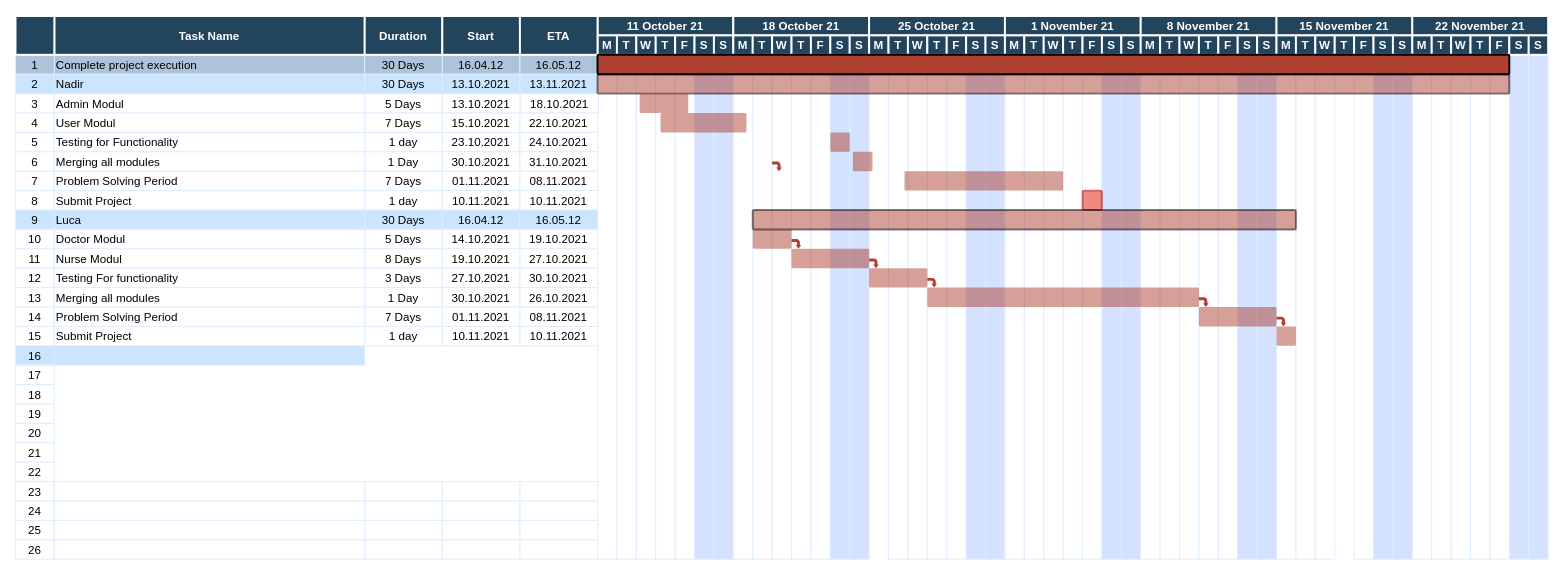
The draw.io diagram Untitled Diagram.drawio in Kuriboss/Contrat-Achat, before the edit. Source tidied: cells renumbered, new cells numbered last; positions are measured from the earlier drawing's top-left corner, leaving out a move shared by most shapes. Both pictures are drawn from the tidied source at 97%, with x=0, y=0 at pixel (15, 16).
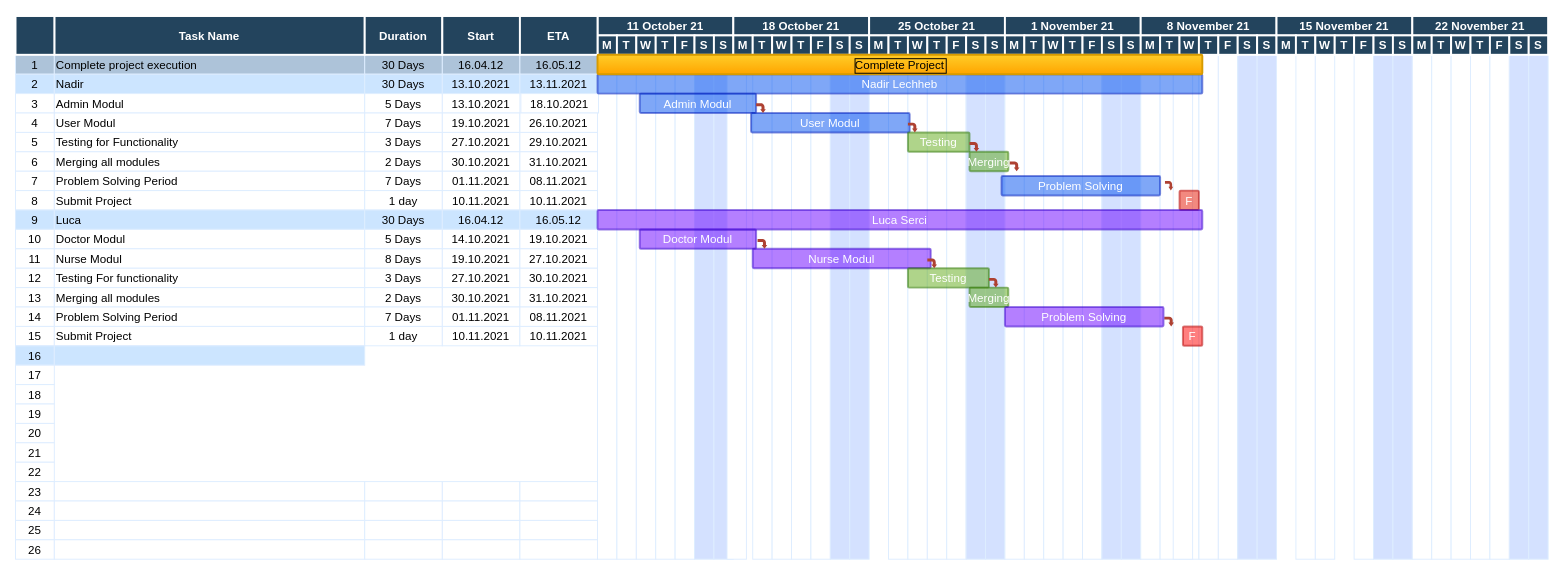
Above is the later version.

Commit message:
Project Contrat Achat

The edit, as a diff of the source:
```diff
@@
-    <mxCell id="21" value="15.10.2021" style="strokeColor=#DEEDFF;" parent="1" vertex="1">
+    <mxCell id="21" value="19.10.2021" style="strokeColor=#DEEDFF;" parent="1" vertex="1">
       <mxGeometry x="440.5" y="100" width="80" height="20" as="geometry" />
     </mxCell>
-    <mxCell id="22" value="22.10.2021" style="strokeColor=#DEEDFF;" parent="1" vertex="1">
+    <mxCell id="22" value="26.10.2021" style="strokeColor=#DEEDFF;" parent="1" vertex="1">
       <mxGeometry x="520.5" y="100" width="80" height="20" as="geometry" />
     </mxCell>
@@
-    <mxCell id="25" value="1 day" style="strokeColor=#DEEDFF;" parent="1" vertex="1">
+    <mxCell id="25" value="3 Days" style="strokeColor=#DEEDFF;" parent="1" vertex="1">
       <mxGeometry x="360.5" y="120" width="80" height="20" as="geometry" />
     </mxCell>
-    <mxCell id="26" value="23.10.2021" style="strokeColor=#DEEDFF;" parent="1" vertex="1">
+    <mxCell id="26" value="27.10.2021" style="strokeColor=#DEEDFF;" parent="1" vertex="1">
       <mxGeometry x="440.5" y="120" width="80" height="20" as="geometry" />
     </mxCell>
-    <mxCell id="27" value="24.10.2021" style="strokeColor=#DEEDFF;" parent="1" vertex="1">
+    <mxCell id="27" value="29.10.2021" style="strokeColor=#DEEDFF;" parent="1" vertex="1">
       <mxGeometry x="520.5" y="120" width="80" height="20" as="geometry" />
     </mxCell>
@@
-    <mxCell id="30" value="1 Day" style="strokeColor=#DEEDFF;" parent="1" vertex="1">
+    <mxCell id="30" value="2 Days" style="strokeColor=#DEEDFF;" parent="1" vertex="1">
       <mxGeometry x="360.5" y="140" width="80" height="20" as="geometry" />
     </mxCell>
@@
-    <mxCell id="65" value="1 Day" style="strokeColor=#DEEDFF;" parent="1" vertex="1">
+    <mxCell id="65" value="2 Days" style="strokeColor=#DEEDFF;" parent="1" vertex="1">
       <mxGeometry x="360.5" y="280" width="80" height="20" as="geometry" />
     </mxCell>
@@
-    <mxCell id="67" value="26.10.2021" style="strokeColor=#DEEDFF;" parent="1" vertex="1">
+    <mxCell id="67" value="31.10.2021" style="strokeColor=#DEEDFF;" parent="1" vertex="1">
       <mxGeometry x="520.5" y="280" width="80" height="20" as="geometry" />
     </mxCell>
@@
     <mxCell id="112" style="strokeColor=#DEEDFF;" parent="1" vertex="1">
-      <mxGeometry x="740.5" y="40" width="20" height="520" as="geometry" />
+      <mxGeometry x="734" y="40" width="20" height="520" as="geometry" />
     </mxCell>
@@
     <mxCell id="139" style="strokeColor=#DEEDFF;" parent="1" vertex="1">
-      <mxGeometry x="1300.5" y="40" width="20" height="520" as="geometry" />
+      <mxGeometry x="1194" y="40" width="20" height="520" as="geometry" />
     </mxCell>
@@
-    <mxCell id="213" style="shape=mxgraph.flowchart.process;fillColor=#AE4132;strokeColor=#000000;strokeWidth=2;opacity=50;" parent="1" vertex="1">
-      <mxGeometry x="600.5" y="60" width="940" height="20" as="geometry" />
+    <mxCell id="213" value="Nadir Lechheb" style="shape=mxgraph.flowchart.process;fillColor=#0050ef;strokeColor=#001DBC;strokeWidth=2;opacity=50;fontColor=#ffffff;" parent="1" vertex="1">
+      <mxGeometry x="600.5" y="60" width="623.5" height="20" as="geometry" />
     </mxCell>
-    <mxCell id="214" style="shape=mxgraph.flowchart.process;fillColor=#AE4132;strokeColor=none;strokeWidth=2;opacity=50;" parent="1" vertex="1">
-      <mxGeometry x="644" y="80" width="50" height="20" as="geometry" />
+    <mxCell id="214" value="Admin Modul" style="shape=mxgraph.flowchart.process;fillColor=#0050ef;strokeColor=#001DBC;strokeWidth=2;opacity=50;fontColor=#ffffff;" parent="1" vertex="1">
+      <mxGeometry x="644" y="80" width="120" height="20" as="geometry" />
     </mxCell>
-    <mxCell id="215" style="shape=mxgraph.flowchart.process;fillColor=#AE4132;strokeColor=none;strokeWidth=2;opacity=50;" parent="1" vertex="1">
-      <mxGeometry x="665.5" y="100" width="88.5" height="20" as="geometry" />
+    <mxCell id="215" value="User Modul" style="shape=mxgraph.flowchart.process;fillColor=#0050ef;strokeColor=#001DBC;strokeWidth=2;opacity=50;fontColor=#ffffff;" parent="1" vertex="1">
+      <mxGeometry x="758.8" y="100" width="163.5" height="20" as="geometry" />
     </mxCell>
-    <mxCell id="216" style="shape=mxgraph.flowchart.process;fillColor=#AE4132;strokeColor=none;strokeWidth=2;opacity=50;" parent="1" vertex="1">
-      <mxGeometry x="840.5" y="120" width="20" height="20" as="geometry" />
+    <mxCell id="216" value="Testing" style="shape=mxgraph.flowchart.process;fillColor=#60a917;strokeColor=#2D7600;strokeWidth=2;opacity=50;fontColor=#ffffff;" parent="1" vertex="1">
+      <mxGeometry x="920.5" y="120" width="63.5" height="20" as="geometry" />
     </mxCell>
-    <mxCell id="217" style="shape=mxgraph.flowchart.process;fillColor=#AE4132;strokeColor=none;strokeWidth=2;opacity=50;" parent="1" vertex="1">
-      <mxGeometry x="917" y="160" width="163.5" height="20" as="geometry" />
+    <mxCell id="217" value="Problem Solving" style="shape=mxgraph.flowchart.process;fillColor=#0050ef;strokeColor=#001DBC;strokeWidth=2;opacity=50;fontColor=#ffffff;" parent="1" vertex="1">
+      <mxGeometry x="1017" y="165" width="163.5" height="20" as="geometry" />
     </mxCell>
-    <mxCell id="218" style="shape=mxgraph.flowchart.process;fillColor=#e51400;strokeColor=#B20000;strokeWidth=2;opacity=50;fontColor=#ffffff;" parent="1" vertex="1">
-      <mxGeometry x="1100.5" y="180" width="20" height="20" as="geometry" />
+    <mxCell id="218" value="F" style="shape=mxgraph.flowchart.process;fillColor=#e51400;strokeColor=#B20000;strokeWidth=2;opacity=50;fontColor=#ffffff;" parent="1" vertex="1">
+      <mxGeometry x="1200.5" y="180" width="20" height="20" as="geometry" />
     </mxCell>
-    <mxCell id="219" style="shape=mxgraph.flowchart.process;fillColor=#AE4132;strokeColor=none;strokeWidth=2;opacity=50;" parent="1" vertex="1">
-      <mxGeometry x="863.8" y="140" width="20.2" height="20" as="geometry" />
+    <mxCell id="219" value="Merging" style="shape=mxgraph.flowchart.process;fillColor=#60a917;strokeColor=#2D7600;strokeWidth=2;opacity=50;fontColor=#ffffff;" parent="1" vertex="1">
+      <mxGeometry x="984" y="140" width="40" height="20" as="geometry" />
     </mxCell>
     <mxCell id="220" style="shape=mxgraph.arrows.bent_right_arrow;fillColor=#AE4132;strokeColor=none;strokeWidth=2;direction=south;" parent="1" vertex="1">
-      <mxGeometry x="780.5" y="150" width="10" height="10" as="geometry" />
+      <mxGeometry x="764" y="90" width="10" height="10" as="geometry" />
     </mxCell>
-    <mxCell id="221" style="shape=mxgraph.flowchart.process;fillColor=#AE4132;strokeColor=#000000;strokeWidth=2;opacity=100;" parent="1" vertex="1">
-      <mxGeometry x="600.5" y="40" width="940" height="20" as="geometry" />
+    <mxCell id="221" value="Complete Project" style="shape=mxgraph.flowchart.process;fillColor=#ffcd28;strokeColor=#d79b00;strokeWidth=2;opacity=100;labelBorderColor=#000000;gradientColor=#ffa500;" parent="1" vertex="1">
+      <mxGeometry x="600.5" y="40" width="623.5" height="20" as="geometry" />
     </mxCell>
-    <mxCell id="222" style="shape=mxgraph.flowchart.process;fillColor=#AE4132;strokeColor=none;strokeWidth=2;opacity=50;" parent="1" vertex="1">
-      <mxGeometry x="760.5" y="220" width="40" height="20" as="geometry" />
+    <mxCell id="222" value="Doctor Modul" style="shape=mxgraph.flowchart.process;fillColor=#6a00ff;strokeColor=#3700CC;strokeWidth=2;opacity=50;fontColor=#ffffff;" parent="1" vertex="1">
+      <mxGeometry x="644" y="220" width="120" height="20" as="geometry" />
     </mxCell>
-    <mxCell id="223" style="shape=mxgraph.flowchart.process;fillColor=#AE4132;strokeColor=#000000;strokeWidth=2;opacity=50;" parent="1" vertex="1">
-      <mxGeometry x="760.5" y="200" width="560" height="20" as="geometry" />
+    <mxCell id="223" value="Luca Serci" style="shape=mxgraph.flowchart.process;fillColor=#6a00ff;strokeColor=#3700CC;strokeWidth=2;opacity=50;fontColor=#ffffff;" parent="1" vertex="1">
+      <mxGeometry x="600.5" y="200" width="623.5" height="20" as="geometry" />
     </mxCell>
-    <mxCell id="224" style="shape=mxgraph.flowchart.process;fillColor=#AE4132;strokeColor=none;strokeWidth=2;opacity=50;" parent="1" vertex="1">
-      <mxGeometry x="800.5" y="240" width="80" height="20" as="geometry" />
+    <mxCell id="224" value="Nurse Modul" style="shape=mxgraph.flowchart.process;fillColor=#6a00ff;strokeColor=#3700CC;strokeWidth=2;opacity=50;fontColor=#ffffff;" parent="1" vertex="1">
+      <mxGeometry x="760.5" y="240" width="183.5" height="20" as="geometry" />
     </mxCell>
-    <mxCell id="225" style="shape=mxgraph.flowchart.process;fillColor=#AE4132;strokeColor=none;strokeWidth=2;opacity=50;" parent="1" vertex="1">
-      <mxGeometry x="880.5" y="260" width="60" height="20" as="geometry" />
+    <mxCell id="225" value="Testing" style="shape=mxgraph.flowchart.process;fillColor=#60a917;strokeColor=#2D7600;strokeWidth=2;opacity=50;fontColor=#ffffff;" parent="1" vertex="1">
+      <mxGeometry x="920.5" y="260" width="83.5" height="20" as="geometry" />
     </mxCell>
-    <mxCell id="226" style="shape=mxgraph.flowchart.process;fillColor=#AE4132;strokeColor=none;strokeWidth=2;opacity=50;" parent="1" vertex="1">
-      <mxGeometry x="940.5" y="280" width="280" height="20" as="geometry" />
-    </mxCell>
-    <mxCell id="227" style="shape=mxgraph.flowchart.process;fillColor=#AE4132;strokeColor=none;strokeWidth=2;opacity=50;" parent="1" vertex="1">
-      <mxGeometry x="1220.5" y="300" width="80" height="20" as="geometry" />
-    </mxCell>
-    <mxCell id="228" style="shape=mxgraph.flowchart.process;fillColor=#AE4132;strokeColor=none;strokeWidth=2;opacity=50;" parent="1" vertex="1">
-      <mxGeometry x="1300.5" y="320" width="20" height="20" as="geometry" />
-    </mxCell>
     <mxCell id="229" style="shape=mxgraph.arrows.bent_right_arrow;fillColor=#AE4132;strokeColor=none;strokeWidth=2;direction=south;" parent="1" vertex="1">
-      <mxGeometry x="800.5" y="230" width="10" height="10" as="geometry" />
+      <mxGeometry x="765.5" y="230" width="10" height="10" as="geometry" />
     </mxCell>
     <mxCell id="230" style="shape=mxgraph.arrows.bent_right_arrow;fillColor=#AE4132;strokeColor=none;strokeWidth=2;direction=south;" parent="1" vertex="1">
-      <mxGeometry x="880.5" y="250" width="10" height="10" as="geometry" />
+      <mxGeometry x="940.5" y="250" width="10" height="10" as="geometry" />
     </mxCell>
     <mxCell id="231" style="shape=mxgraph.arrows.bent_right_arrow;fillColor=#AE4132;strokeColor=none;strokeWidth=2;direction=south;" parent="1" vertex="1">
-      <mxGeometry x="940.5" y="270" width="10" height="10" as="geometry" />
+      <mxGeometry x="1004" y="270" width="10" height="10" as="geometry" />
     </mxCell>
-    <mxCell id="232" style="shape=mxgraph.arrows.bent_right_arrow;fillColor=#AE4132;strokeColor=none;strokeWidth=2;direction=south;" parent="1" vertex="1">
-      <mxGeometry x="1220.5" y="290" width="10" height="10" as="geometry" />
-    </mxCell>
     <mxCell id="233" style="shape=mxgraph.arrows.bent_right_arrow;fillColor=#AE4132;strokeColor=none;strokeWidth=2;direction=south;" parent="1" vertex="1">
-      <mxGeometry x="1300.5" y="310" width="10" height="10" as="geometry" />
+      <mxGeometry x="1184.8" y="310" width="10" height="10" as="geometry" />
     </mxCell>
+    <mxCell id="234" value="Merging" style="shape=mxgraph.flowchart.process;fillColor=#60a917;strokeColor=#2D7600;strokeWidth=2;opacity=50;fontColor=#ffffff;" parent="1" vertex="1">
+      <mxGeometry x="984" y="280" width="40" height="20" as="geometry" />
+    </mxCell>
+    <mxCell id="235" value="Problem Solving" style="shape=mxgraph.flowchart.process;fillColor=#6a00ff;strokeColor=#3700CC;strokeWidth=2;opacity=50;fontColor=#ffffff;" parent="1" vertex="1">
+      <mxGeometry x="1020.5" y="300" width="163.5" height="20" as="geometry" />
+    </mxCell>
+    <mxCell id="236" style="shape=mxgraph.arrows.bent_right_arrow;fillColor=#AE4132;strokeColor=none;strokeWidth=2;direction=south;" parent="1" vertex="1">
+      <mxGeometry x="920.5" y="110" width="10" height="10" as="geometry" />
+    </mxCell>
+    <mxCell id="237" style="shape=mxgraph.arrows.bent_right_arrow;fillColor=#AE4132;strokeColor=none;strokeWidth=2;direction=south;" parent="1" vertex="1">
+      <mxGeometry x="984" y="130" width="10" height="10" as="geometry" />
+    </mxCell>
+    <mxCell id="238" style="shape=mxgraph.arrows.bent_right_arrow;fillColor=#AE4132;strokeColor=none;strokeWidth=2;direction=south;" parent="1" vertex="1">
+      <mxGeometry x="1025.5" y="150" width="10" height="10" as="geometry" />
+    </mxCell>
+    <mxCell id="239" style="shape=mxgraph.arrows.bent_right_arrow;fillColor=#AE4132;strokeColor=none;strokeWidth=2;direction=south;" parent="1" vertex="1">
+      <mxGeometry x="1185.5" y="170" width="8.5" height="10" as="geometry" />
+    </mxCell>
+    <mxCell id="240" value="F" style="shape=mxgraph.flowchart.process;fillColor=#FF0000;strokeColor=#B20000;strokeWidth=2;opacity=50;fontColor=#ffffff;" parent="1" vertex="1">
+      <mxGeometry x="1204" y="320" width="20" height="20" as="geometry" />
+    </mxCell>
```
